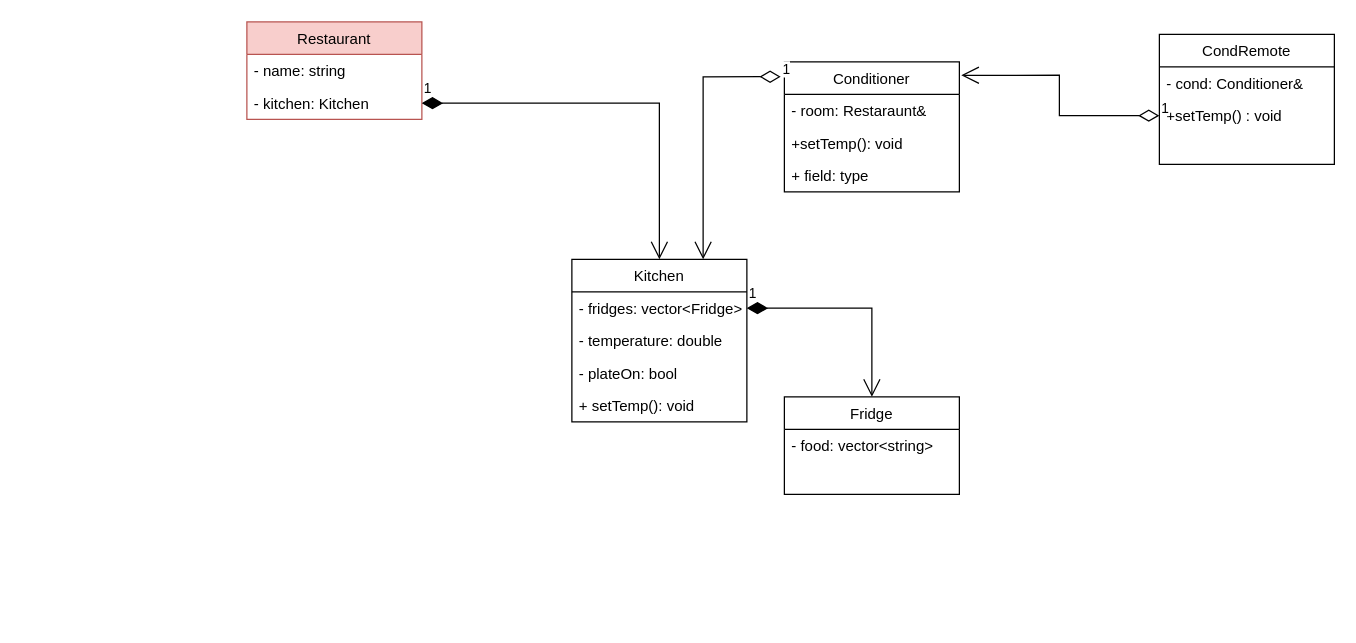
The draw.io diagram folder/Restaurant.drawio in bondarenkoigor/UML, before the edit. Source tidied: cells renumbered, new cells numbered last; positions are measured from the earlier drawing's top-left corner, leaving out a move shared by most shapes. Both pictures are drawn from the tidied source at 125%, with x=0, y=0 at pixel (246, 21).
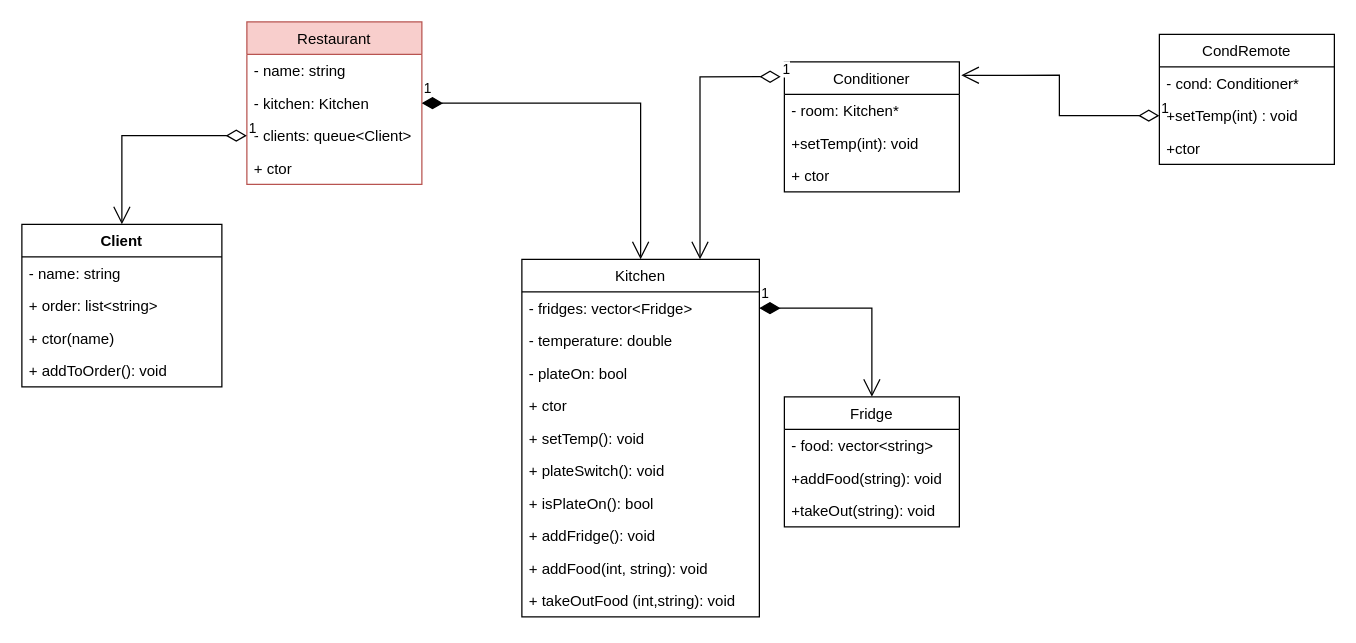
Above is the later version.

Unchanged cells that the change refers to:
```xml
<mxCell id="5" value="Conditioner" style="swimlane;fontStyle=0;horizontal=1;startSize=26;fillColor=none;" parent="1" vertex="1">
  <mxGeometry x="430" y="32" width="140" height="104" as="geometry" />
</mxCell>
<mxCell id="19" value="CondRemote" style="swimlane;fontStyle=0;horizontal=1;startSize=26;fillColor=none;" parent="1" vertex="1">
  <mxGeometry x="730" y="10" width="140" height="104" as="geometry" />
</mxCell>
```

The edit, as a diff of the source:
```diff
@@
     <mxCell id="2" value="Restaurant" style="swimlane;fontStyle=0;horizontal=1;startSize=26;fillColor=#f8cecc;strokeColor=#b85450;" parent="1" vertex="1">
-      <mxGeometry width="140" height="78" as="geometry" />
+      <mxGeometry width="140" height="130" as="geometry" />
     </mxCell>
@@
+    <mxCell id="25" value="- clients: queue&lt;Client&gt;" style="text;strokeColor=none;fillColor=none;align=left;verticalAlign=top;spacingLeft=4;spacingRight=4;overflow=hidden;points=[[0,0.5],[1,0.5]];portConstraint=eastwest;" parent="2" vertex="1">
+      <mxGeometry y="78" width="140" height="26" as="geometry" />
+    </mxCell>
+    <mxCell id="26" value="+ ctor" style="text;strokeColor=none;fillColor=none;align=left;verticalAlign=top;spacingLeft=4;spacingRight=4;overflow=hidden;" parent="2" vertex="1">
+      <mxGeometry y="104" width="140" height="26" as="geometry" />
+    </mxCell>
@@
-    <mxCell id="6" value="- room: Restaraunt&amp;" style="text;strokeColor=none;fillColor=none;align=left;verticalAlign=top;spacingLeft=4;spacingRight=4;overflow=hidden;" parent="5" vertex="1">
+    <mxCell id="6" value="- room: Kitchen*" style="text;strokeColor=none;fillColor=none;align=left;verticalAlign=top;spacingLeft=4;spacingRight=4;overflow=hidden;" parent="5" vertex="1">
       <mxGeometry y="26" width="140" height="26" as="geometry" />
     </mxCell>
-    <mxCell id="7" value="+setTemp(): void" style="text;strokeColor=none;fillColor=none;align=left;verticalAlign=top;spacingLeft=4;spacingRight=4;overflow=hidden;" parent="5" vertex="1">
+    <mxCell id="7" value="+setTemp(int): void" style="text;strokeColor=none;fillColor=none;align=left;verticalAlign=top;spacingLeft=4;spacingRight=4;overflow=hidden;" parent="5" vertex="1">
       <mxGeometry y="52" width="140" height="26" as="geometry" />
     </mxCell>
-    <mxCell id="8" value="+ field: type" style="text;strokeColor=none;fillColor=none;align=left;verticalAlign=top;spacingLeft=4;spacingRight=4;overflow=hidden;" parent="5" vertex="1">
-      <mxGeometry y="78" width="140" height="26" as="geometry" />
-    </mxCell>
+    <mxCell id="27" value="+ ctor" style="text;strokeColor=none;fillColor=none;align=left;verticalAlign=top;spacingLeft=4;spacingRight=4;overflow=hidden;" parent="5" vertex="1">
+      <mxGeometry y="78" width="140" height="26" as="geometry" />
+    </mxCell>
     <mxCell id="9" value="Kitchen" style="swimlane;fontStyle=0;horizontal=1;startSize=26;fillColor=none;" parent="1" vertex="1">
-      <mxGeometry x="260" y="190" width="140" height="130" as="geometry" />
+      <mxGeometry x="220" y="190" width="190" height="286" as="geometry" />
     </mxCell>
     <mxCell id="10" value="- fridges: vector&lt;Fridge&gt; " style="text;strokeColor=none;fillColor=none;align=left;verticalAlign=top;spacingLeft=4;spacingRight=4;overflow=hidden;points=[[0,0.5],[1,0.5]];portConstraint=eastwest;" parent="9" vertex="1">
-      <mxGeometry y="26" width="140" height="26" as="geometry" />
+      <mxGeometry y="26" width="190" height="26" as="geometry" />
     </mxCell>
     <mxCell id="11" value="- temperature: double" style="text;strokeColor=none;fillColor=none;align=left;verticalAlign=top;spacingLeft=4;spacingRight=4;overflow=hidden;" parent="9" vertex="1">
-      <mxGeometry y="52" width="140" height="26" as="geometry" />
+      <mxGeometry y="52" width="190" height="26" as="geometry" />
     </mxCell>
     <mxCell id="12" value="- plateOn: bool " style="text;strokeColor=none;fillColor=none;align=left;verticalAlign=top;spacingLeft=4;spacingRight=4;overflow=hidden;" parent="9" vertex="1">
-      <mxGeometry y="78" width="140" height="26" as="geometry" />
+      <mxGeometry y="78" width="190" height="26" as="geometry" />
     </mxCell>
+    <mxCell id="28" value="+ ctor" style="text;strokeColor=none;fillColor=none;align=left;verticalAlign=top;spacingLeft=4;spacingRight=4;overflow=hidden;" parent="9" vertex="1">
+      <mxGeometry y="104" width="190" height="26" as="geometry" />
+    </mxCell>
     <mxCell id="13" value="+ setTemp(): void" style="text;strokeColor=none;fillColor=none;align=left;verticalAlign=top;spacingLeft=4;spacingRight=4;overflow=hidden;" parent="9" vertex="1">
-      <mxGeometry y="104" width="140" height="26" as="geometry" />
+      <mxGeometry y="130" width="190" height="26" as="geometry" />
     </mxCell>
+    <mxCell id="29" value="+ plateSwitch(): void" style="text;strokeColor=none;fillColor=none;align=left;verticalAlign=top;spacingLeft=4;spacingRight=4;overflow=hidden;" parent="9" vertex="1">
+      <mxGeometry y="156" width="190" height="26" as="geometry" />
+    </mxCell>
+    <mxCell id="30" value="+ isPlateOn(): bool" style="text;strokeColor=none;fillColor=none;align=left;verticalAlign=top;spacingLeft=4;spacingRight=4;overflow=hidden;" parent="9" vertex="1">
+      <mxGeometry y="182" width="190" height="26" as="geometry" />
+    </mxCell>
+    <mxCell id="31" value="+ addFridge(): void" style="text;strokeColor=none;fillColor=none;align=left;verticalAlign=top;spacingLeft=4;spacingRight=4;overflow=hidden;" parent="9" vertex="1">
+      <mxGeometry y="208" width="190" height="26" as="geometry" />
+    </mxCell>
+    <mxCell id="32" value="+ addFood(int, string): void" style="text;strokeColor=none;fillColor=none;align=left;verticalAlign=top;spacingLeft=4;spacingRight=4;overflow=hidden;" parent="9" vertex="1">
+      <mxGeometry y="234" width="190" height="26" as="geometry" />
+    </mxCell>
+    <mxCell id="33" value="+ takeOutFood (int,string): void" style="text;strokeColor=none;fillColor=none;align=left;verticalAlign=top;spacingLeft=4;spacingRight=4;overflow=hidden;" parent="9" vertex="1">
+      <mxGeometry y="260" width="190" height="26" as="geometry" />
+    </mxCell>
@@
     <mxCell id="15" value="Fridge" style="swimlane;fontStyle=0;horizontal=1;startSize=26;fillColor=none;" parent="1" vertex="1">
-      <mxGeometry x="430" y="300" width="140" height="78" as="geometry" />
+      <mxGeometry x="430" y="300" width="140" height="104" as="geometry" />
     </mxCell>
@@
-    <mxCell id="17" style="text;strokeColor=none;fillColor=none;align=left;verticalAlign=top;spacingLeft=4;spacingRight=4;overflow=hidden;" parent="15" vertex="1">
+    <mxCell id="17" value="+addFood(string): void" style="text;strokeColor=none;fillColor=none;align=left;verticalAlign=top;spacingLeft=4;spacingRight=4;overflow=hidden;" parent="15" vertex="1">
       <mxGeometry y="52" width="140" height="26" as="geometry" />
     </mxCell>
+    <mxCell id="34" value="+takeOut(string): void" style="text;strokeColor=none;fillColor=none;align=left;verticalAlign=top;spacingLeft=4;spacingRight=4;overflow=hidden;" parent="15" vertex="1">
+      <mxGeometry y="78" width="140" height="26" as="geometry" />
+    </mxCell>
@@
-    <mxCell id="20" value="- cond: Conditioner&amp;" style="text;strokeColor=none;fillColor=none;align=left;verticalAlign=top;spacingLeft=4;spacingRight=4;overflow=hidden;" parent="19" vertex="1">
+    <mxCell id="20" value="- cond: Conditioner*" style="text;strokeColor=none;fillColor=none;align=left;verticalAlign=top;spacingLeft=4;spacingRight=4;overflow=hidden;" parent="19" vertex="1">
       <mxGeometry y="26" width="140" height="26" as="geometry" />
     </mxCell>
-    <mxCell id="21" value="+setTemp() : void" style="text;strokeColor=none;fillColor=none;align=left;verticalAlign=top;spacingLeft=4;spacingRight=4;overflow=hidden;points=[[0,0.5],[1,0.5]];portConstraint=eastwest;" parent="19" vertex="1">
+    <mxCell id="21" value="+setTemp(int) : void" style="text;strokeColor=none;fillColor=none;align=left;verticalAlign=top;spacingLeft=4;spacingRight=4;overflow=hidden;points=[[0,0.5],[1,0.5]];portConstraint=eastwest;" parent="19" vertex="1">
       <mxGeometry y="52" width="140" height="26" as="geometry" />
     </mxCell>
-    <mxCell id="22" style="text;strokeColor=none;fillColor=none;align=left;verticalAlign=top;spacingLeft=4;spacingRight=4;overflow=hidden;" parent="19" vertex="1">
+    <mxCell id="22" value="+ctor" style="text;strokeColor=none;fillColor=none;align=left;verticalAlign=top;spacingLeft=4;spacingRight=4;overflow=hidden;" parent="19" vertex="1">
       <mxGeometry y="78" width="140" height="26" as="geometry" />
     </mxCell>
@@
+    <mxCell id="35" value="1" style="endArrow=open;html=1;endSize=12;startArrow=diamondThin;startSize=14;startFill=0;edgeStyle=orthogonalEdgeStyle;align=left;verticalAlign=bottom;rounded=0;exitX=0;exitY=0.5;exitDx=0;exitDy=0;" parent="1" edge="1" source="25" target="36">
+      <mxGeometry x="-1" y="3" relative="1" as="geometry" />
+    </mxCell>
+    <mxCell id="36" value="Client&#10;&#10;" style="swimlane;fontStyle=1;align=center;verticalAlign=top;horizontal=1;startSize=26;" parent="1" vertex="1">
+      <mxGeometry x="-180" y="162" width="160" height="130" as="geometry" />
+    </mxCell>
+    <mxCell id="37" value="- name: string" style="text;strokeColor=none;fillColor=none;align=left;verticalAlign=top;spacingLeft=4;spacingRight=4;overflow=hidden;" parent="36" vertex="1">
+      <mxGeometry y="26" width="160" height="26" as="geometry" />
+    </mxCell>
+    <mxCell id="38" value="+ order: list&lt;string&gt;" style="text;strokeColor=none;fillColor=none;align=left;verticalAlign=top;spacingLeft=4;spacingRight=4;overflow=hidden;" parent="36" vertex="1">
+      <mxGeometry y="52" width="160" height="26" as="geometry" />
+    </mxCell>
+    <mxCell id="39" value="+ ctor(name)" style="text;strokeColor=none;fillColor=none;align=left;verticalAlign=top;spacingLeft=4;spacingRight=4;overflow=hidden;" parent="36" vertex="1">
+      <mxGeometry y="78" width="160" height="26" as="geometry" />
+    </mxCell>
+    <mxCell id="40" value="+ addToOrder(): void" style="text;strokeColor=none;fillColor=none;align=left;verticalAlign=top;spacingLeft=4;spacingRight=4;overflow=hidden;" parent="36" vertex="1">
+      <mxGeometry y="104" width="160" height="26" as="geometry" />
+    </mxCell>
```
